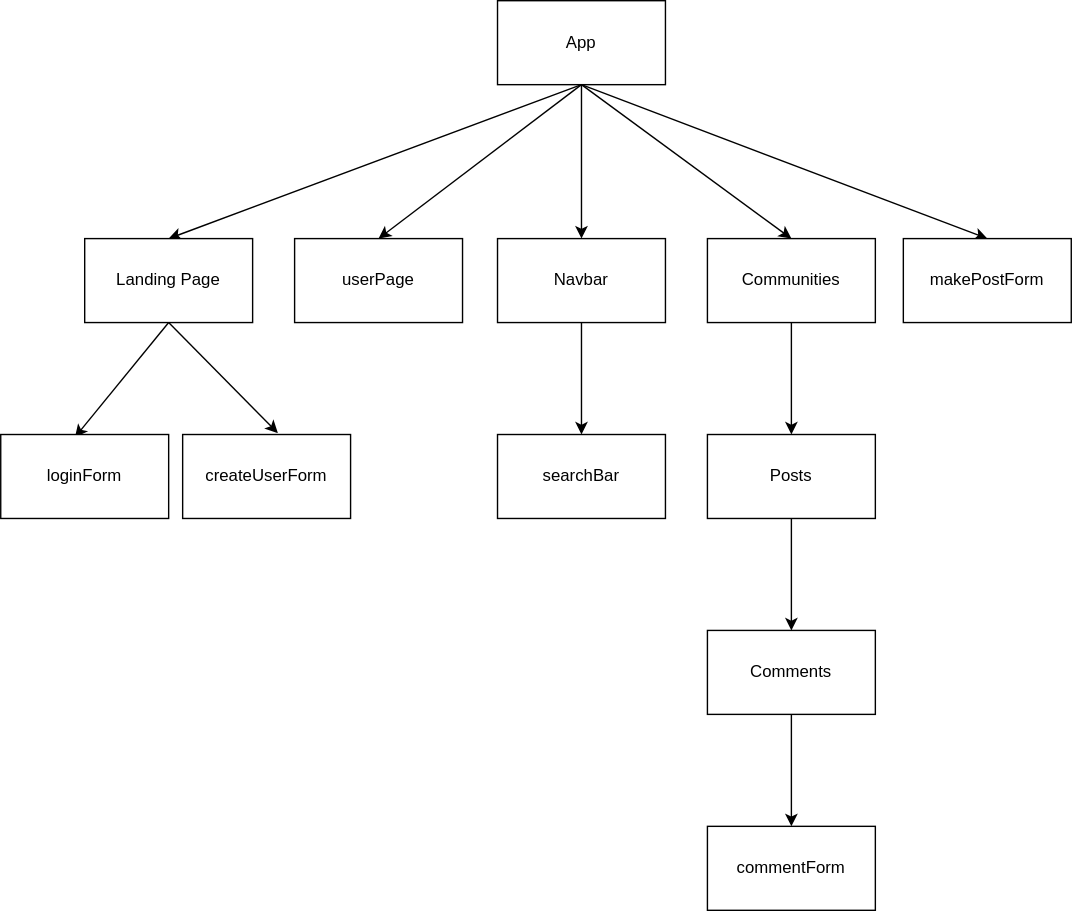
Before: flowchart.drawio.svg, a diagram exported from draw.io (caldera97/phase-4-project). Source tidied: cells renumbered, new cells last; positions are measured from the earlier drawing's top-left corner, leaving out a move shared by most shapes. Its diagram source:
```xml
<mxGraphModel>
  <root>
    <mxCell id="0" />
    <mxCell id="1" parent="0" />
    <mxCell id="2" style="edgeStyle=none;html=1;exitX=0.5;exitY=1;exitDx=0;exitDy=0;entryX=0.5;entryY=0;entryDx=0;entryDy=0;" parent="1" edge="1" source="7" target="19">
      <mxGeometry relative="1" as="geometry" />
    </mxCell>
    <mxCell id="3" style="edgeStyle=none;html=1;exitX=0.5;exitY=1;exitDx=0;exitDy=0;entryX=0.5;entryY=0;entryDx=0;entryDy=0;" parent="1" edge="1" source="7" target="10">
      <mxGeometry relative="1" as="geometry" />
    </mxCell>
    <mxCell id="4" style="edgeStyle=none;html=1;exitX=0.5;exitY=1;exitDx=0;exitDy=0;entryX=0.5;entryY=0;entryDx=0;entryDy=0;" parent="1" edge="1" source="7" target="9">
      <mxGeometry relative="1" as="geometry" />
    </mxCell>
    <mxCell id="5" style="edgeStyle=none;html=1;exitX=0.5;exitY=1;exitDx=0;exitDy=0;entryX=0.5;entryY=0;entryDx=0;entryDy=0;" parent="1" edge="1" source="7" target="12">
      <mxGeometry relative="1" as="geometry" />
    </mxCell>
    <mxCell id="6" style="edgeStyle=none;html=1;exitX=0.5;exitY=1;exitDx=0;exitDy=0;entryX=0.5;entryY=0;entryDx=0;entryDy=0;" parent="1" edge="1" source="7" target="20">
      <mxGeometry relative="1" as="geometry" />
    </mxCell>
    <mxCell id="7" value="App" style="rounded=0;whiteSpace=wrap;html=1;" parent="1" vertex="1">
      <mxGeometry x="355" width="120" height="60" as="geometry" />
    </mxCell>
    <mxCell id="8" style="edgeStyle=none;html=1;" parent="1" edge="1" source="9" target="23">
      <mxGeometry relative="1" as="geometry" />
    </mxCell>
    <mxCell id="9" value="Navbar" style="rounded=0;whiteSpace=wrap;html=1;" parent="1" vertex="1">
      <mxGeometry x="355" y="170" width="120" height="60" as="geometry" />
    </mxCell>
    <mxCell id="10" value="userPage" style="rounded=0;whiteSpace=wrap;html=1;" parent="1" vertex="1">
      <mxGeometry x="210" y="170" width="120" height="60" as="geometry" />
    </mxCell>
    <mxCell id="11" style="edgeStyle=none;html=1;exitX=0.5;exitY=1;exitDx=0;exitDy=0;" parent="1" edge="1" source="12" target="14">
      <mxGeometry relative="1" as="geometry" />
    </mxCell>
    <mxCell id="12" value="Communities" style="rounded=0;whiteSpace=wrap;html=1;" parent="1" vertex="1">
      <mxGeometry x="505" y="170" width="120" height="60" as="geometry" />
    </mxCell>
    <mxCell id="13" style="edgeStyle=none;html=1;exitX=0.5;exitY=1;exitDx=0;exitDy=0;entryX=0.5;entryY=0;entryDx=0;entryDy=0;" parent="1" edge="1" source="14" target="16">
      <mxGeometry relative="1" as="geometry" />
    </mxCell>
    <mxCell id="14" value="Posts" style="rounded=0;whiteSpace=wrap;html=1;" parent="1" vertex="1">
      <mxGeometry x="505" y="310" width="120" height="60" as="geometry" />
    </mxCell>
    <mxCell id="15" style="edgeStyle=none;html=1;exitX=0.5;exitY=1;exitDx=0;exitDy=0;entryX=0.5;entryY=0;entryDx=0;entryDy=0;" parent="1" edge="1" source="16" target="24">
      <mxGeometry relative="1" as="geometry" />
    </mxCell>
    <mxCell id="16" value="Comments" style="rounded=0;whiteSpace=wrap;html=1;" parent="1" vertex="1">
      <mxGeometry x="505" y="450" width="120" height="60" as="geometry" />
    </mxCell>
    <mxCell id="17" style="edgeStyle=none;html=1;exitX=0.5;exitY=1;exitDx=0;exitDy=0;entryX=0.442;entryY=0.033;entryDx=0;entryDy=0;entryPerimeter=0;" parent="1" edge="1" source="19" target="21">
      <mxGeometry relative="1" as="geometry" />
    </mxCell>
    <mxCell id="18" style="edgeStyle=none;html=1;exitX=0.5;exitY=1;exitDx=0;exitDy=0;entryX=0.567;entryY=-0.017;entryDx=0;entryDy=0;entryPerimeter=0;" parent="1" edge="1" source="19" target="22">
      <mxGeometry relative="1" as="geometry" />
    </mxCell>
    <mxCell id="19" value="Landing Page" style="rounded=0;whiteSpace=wrap;html=1;" parent="1" vertex="1">
      <mxGeometry x="60" y="170" width="120" height="60" as="geometry" />
    </mxCell>
    <mxCell id="20" value="makePostForm" style="rounded=0;whiteSpace=wrap;html=1;" parent="1" vertex="1">
      <mxGeometry x="645" y="170" width="120" height="60" as="geometry" />
    </mxCell>
    <mxCell id="21" value="loginForm" style="rounded=0;whiteSpace=wrap;html=1;" parent="1" vertex="1">
      <mxGeometry y="310" width="120" height="60" as="geometry" />
    </mxCell>
    <mxCell id="22" value="createUserForm" style="rounded=0;whiteSpace=wrap;html=1;" parent="1" vertex="1">
      <mxGeometry x="130" y="310" width="120" height="60" as="geometry" />
    </mxCell>
    <mxCell id="23" value="searchBar" style="rounded=0;whiteSpace=wrap;html=1;" parent="1" vertex="1">
      <mxGeometry x="355" y="310" width="120" height="60" as="geometry" />
    </mxCell>
    <mxCell id="24" value="commentForm" style="rounded=0;whiteSpace=wrap;html=1;" parent="1" vertex="1">
      <mxGeometry x="505" y="590" width="120" height="60" as="geometry" />
    </mxCell>
  </root>
</mxGraphModel>
```
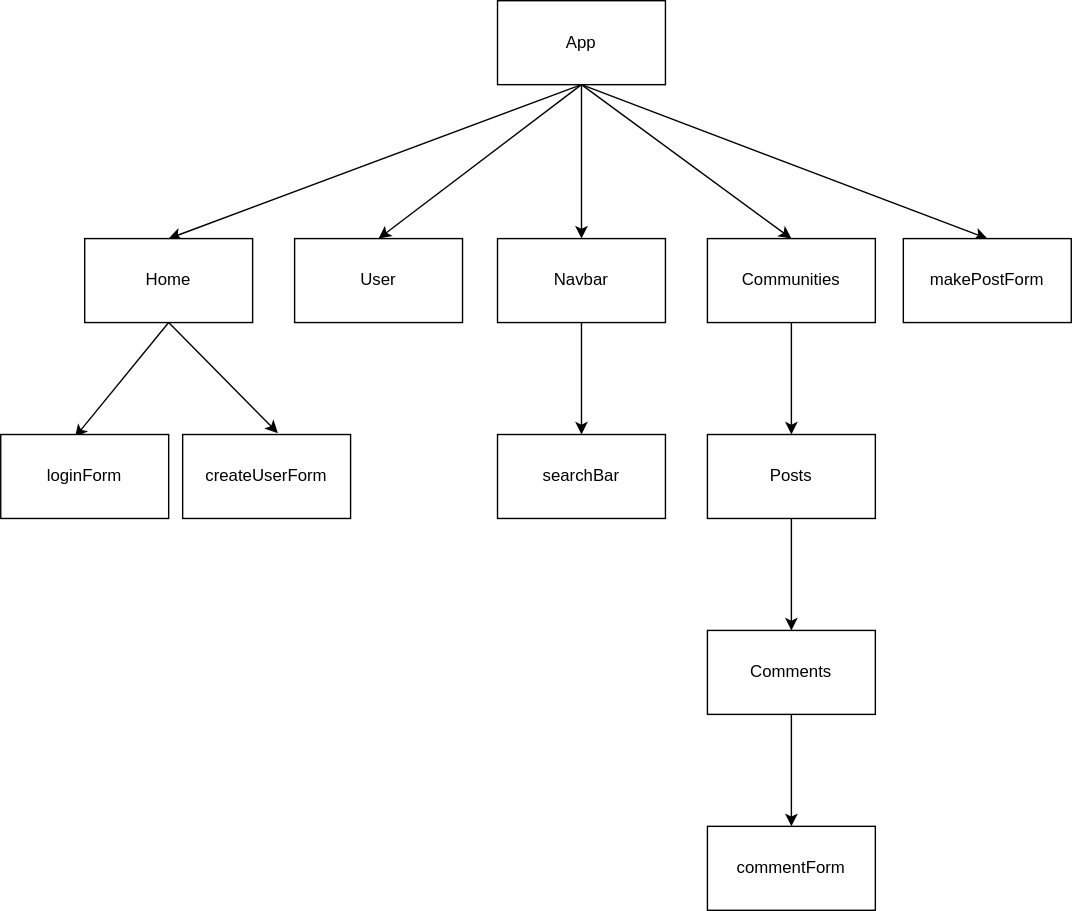
Later version of the same file.

What changed in the source:
```diff
@@ -26,7 +26,7 @@
     <mxCell id="9" value="Navbar" style="rounded=0;whiteSpace=wrap;html=1;" parent="1" vertex="1">
       <mxGeometry x="355" y="170" width="120" height="60" as="geometry" />
     </mxCell>
-    <mxCell id="10" value="userPage" style="rounded=0;whiteSpace=wrap;html=1;" parent="1" vertex="1">
+    <mxCell id="10" value="User" style="rounded=0;whiteSpace=wrap;html=1;" parent="1" vertex="1">
       <mxGeometry x="210" y="170" width="120" height="60" as="geometry" />
     </mxCell>
     <mxCell id="11" style="edgeStyle=none;html=1;exitX=0.5;exitY=1;exitDx=0;exitDy=0;" parent="1" edge="1" source="12" target="14">
@@ -53,7 +53,7 @@
     <mxCell id="18" style="edgeStyle=none;html=1;exitX=0.5;exitY=1;exitDx=0;exitDy=0;entryX=0.567;entryY=-0.017;entryDx=0;entryDy=0;entryPerimeter=0;" parent="1" edge="1" source="19" target="22">
       <mxGeometry relative="1" as="geometry" />
     </mxCell>
-    <mxCell id="19" value="Landing Page" style="rounded=0;whiteSpace=wrap;html=1;" parent="1" vertex="1">
+    <mxCell id="19" value="Home" style="rounded=0;whiteSpace=wrap;html=1;" parent="1" vertex="1">
       <mxGeometry x="60" y="170" width="120" height="60" as="geometry" />
     </mxCell>
     <mxCell id="20" value="makePostForm" style="rounded=0;whiteSpace=wrap;html=1;" parent="1" vertex="1">
```
